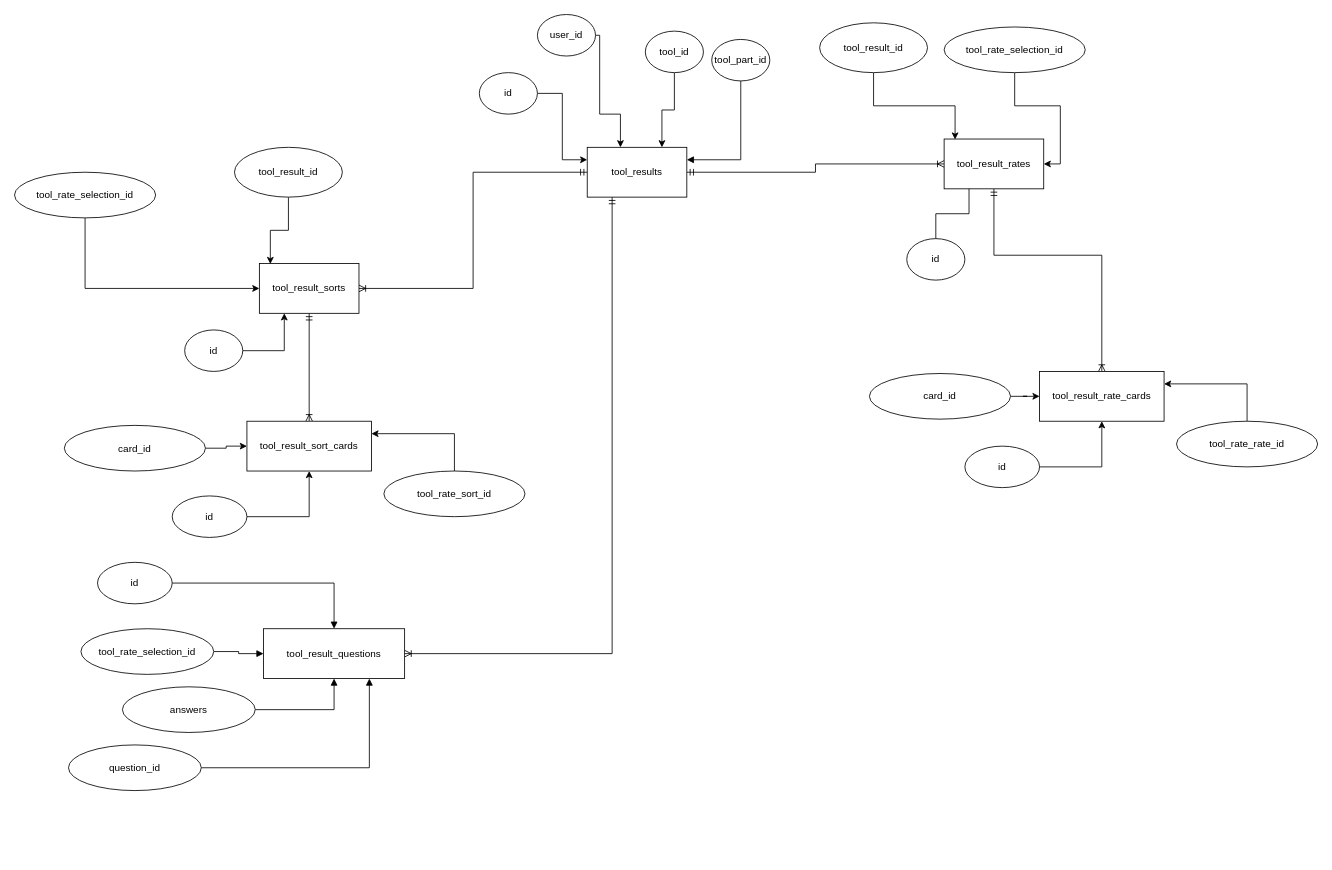
Before: Untitled Diagram.drawio in janpaulalmanoche/zz, a draw.io diagram. Source tidied: cells renumbered, new cells numbered last; positions are measured from the earlier drawing's top-left corner, leaving out a move shared by most shapes. Both pictures are drawn from the tidied source at 83%, with x=0, y=0 at pixel (14, 14).
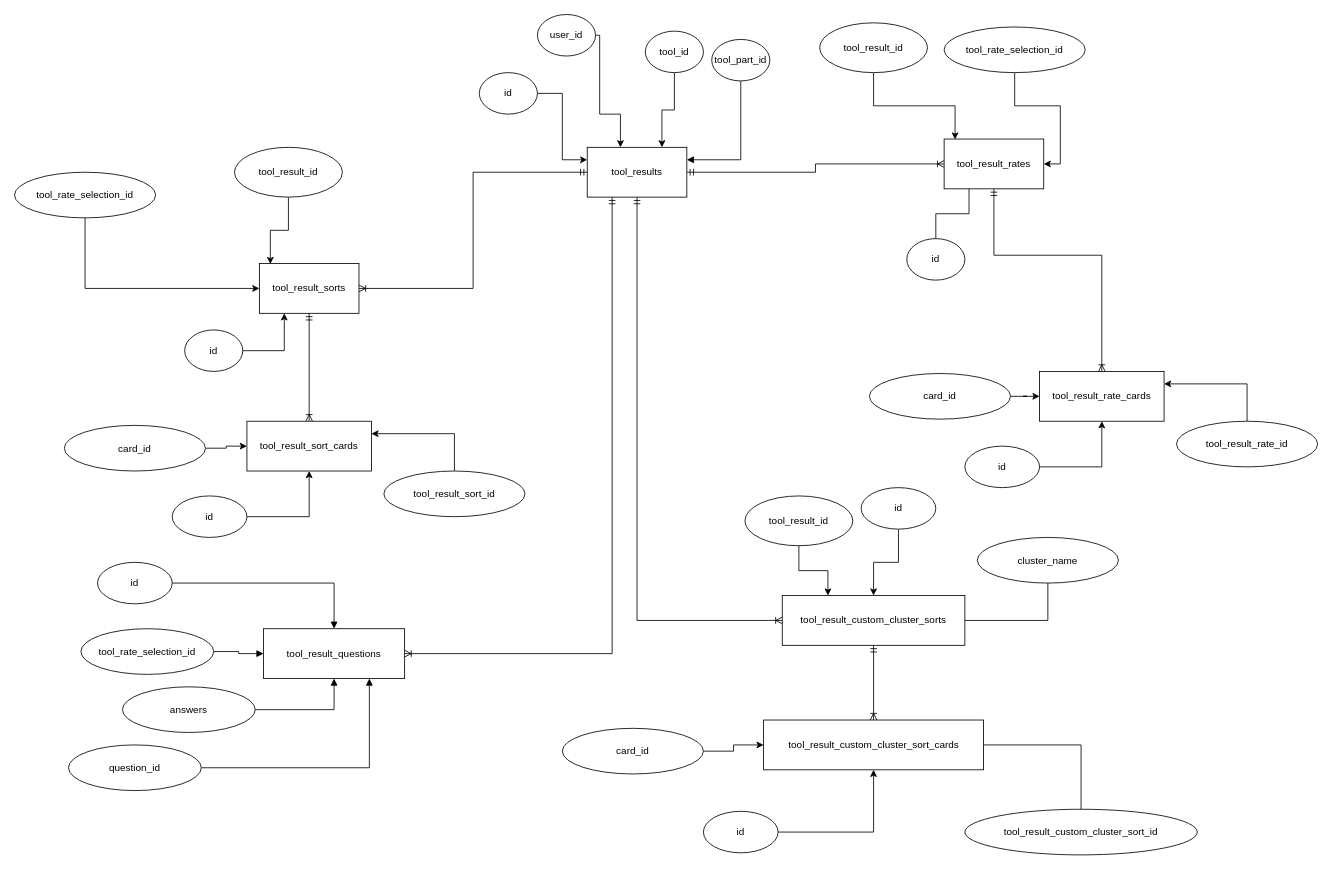
Above is the later version.

Unchanged cells that the change refers to:
```xml
<mxCell id="5" value="tool_results" style="rounded=0;whiteSpace=wrap;html=1;" parent="1" vertex="1">
  <mxGeometry x="690" y="160" width="120" height="60" as="geometry" />
</mxCell>
```

Diff of the diagram source:
```diff
@@
+    <mxCell id="53" style="edgeStyle=orthogonalEdgeStyle;rounded=0;jettySize=auto;html=1;exitX=0.5;exitY=1;exitDx=0;exitDy=0;entryX=0;entryY=0.5;entryDx=0;entryDy=0;startArrow=ERmandOne;startFill=0;endArrow=ERoneToMany;endFill=0;" parent="1" edge="1" source="5" target="56">
+      <mxGeometry relative="1" as="geometry" />
+    </mxCell>
@@
-    <mxCell id="24" value="tool_rate_rate_id" style="ellipse;whiteSpace=wrap;html=1;" parent="1" vertex="1">
+    <mxCell id="24" value="tool_result_rate_id" style="ellipse;whiteSpace=wrap;html=1;" parent="1" vertex="1">
       <mxGeometry x="1400" y="490" width="170" height="55" as="geometry" />
     </mxCell>
@@
-    <mxCell id="39" value="tool_rate_sort_id" style="ellipse;whiteSpace=wrap;html=1;" parent="1" vertex="1">
+    <mxCell id="39" value="tool_result_sort_id" style="ellipse;whiteSpace=wrap;html=1;" parent="1" vertex="1">
       <mxGeometry x="445" y="550" width="170" height="55" as="geometry" />
     </mxCell>
@@
+    <mxCell id="54" style="edgeStyle=orthogonalEdgeStyle;rounded=0;jettySize=auto;html=1;exitX=0.5;exitY=1;exitDx=0;exitDy=0;entryX=0.5;entryY=0;entryDx=0;entryDy=0;startArrow=ERmandOne;startFill=0;endArrow=ERoneToMany;endFill=0;" parent="1" edge="1" source="56" target="61">
+      <mxGeometry relative="1" as="geometry" />
+    </mxCell>
+    <mxCell id="55" style="edgeStyle=orthogonalEdgeStyle;rounded=0;jettySize=auto;html=1;exitX=1;exitY=0.5;exitDx=0;exitDy=0;startArrow=none;startFill=0;endArrow=none;endFill=0;" parent="1" edge="1" source="56" target="68">
+      <mxGeometry relative="1" as="geometry" />
+    </mxCell>
+    <mxCell id="56" value="tool_result_custom_cluster_sorts" style="rounded=0;whiteSpace=wrap;html=1;" parent="1" vertex="1">
+      <mxGeometry x="925" y="700" width="220" height="60" as="geometry" />
+    </mxCell>
+    <mxCell id="57" style="edgeStyle=orthogonalEdgeStyle;rounded=0;jettySize=auto;html=1;exitX=0.5;exitY=1;exitDx=0;exitDy=0;entryX=0.25;entryY=0;entryDx=0;entryDy=0;" parent="1" edge="1" source="58" target="56">
+      <mxGeometry relative="1" as="geometry" />
+    </mxCell>
+    <mxCell id="58" value="tool_result_id" style="ellipse;whiteSpace=wrap;html=1;" parent="1" vertex="1">
+      <mxGeometry x="880" y="580" width="130" height="60" as="geometry" />
+    </mxCell>
+    <mxCell id="59" style="edgeStyle=orthogonalEdgeStyle;rounded=0;jettySize=auto;html=1;exitX=0.5;exitY=1;exitDx=0;exitDy=0;" parent="1" edge="1" source="60" target="56">
+      <mxGeometry relative="1" as="geometry" />
+    </mxCell>
+    <mxCell id="60" value="id" style="ellipse;whiteSpace=wrap;html=1;" parent="1" vertex="1">
+      <mxGeometry x="1020" y="570" width="90" height="50" as="geometry" />
+    </mxCell>
+    <mxCell id="61" value="tool_result_custom_cluster_sort_cards" style="rounded=0;whiteSpace=wrap;html=1;" parent="1" vertex="1">
+      <mxGeometry x="902.5" y="850" width="265" height="60" as="geometry" />
+    </mxCell>
+    <mxCell id="62" style="edgeStyle=orthogonalEdgeStyle;rounded=0;jettySize=auto;html=1;exitX=1;exitY=0.5;exitDx=0;exitDy=0;" parent="1" edge="1" source="63" target="61">
+      <mxGeometry relative="1" as="geometry" />
+    </mxCell>
+    <mxCell id="63" value="id" style="ellipse;whiteSpace=wrap;html=1;" parent="1" vertex="1">
+      <mxGeometry x="830" y="960" width="90" height="50" as="geometry" />
+    </mxCell>
+    <mxCell id="64" style="edgeStyle=orthogonalEdgeStyle;rounded=0;jettySize=auto;html=1;exitX=1;exitY=0.5;exitDx=0;exitDy=0;" parent="1" edge="1" source="65" target="61">
+      <mxGeometry relative="1" as="geometry" />
+    </mxCell>
+    <mxCell id="65" value="card_id" style="ellipse;whiteSpace=wrap;html=1;" parent="1" vertex="1">
+      <mxGeometry x="660" y="860" width="170" height="55" as="geometry" />
+    </mxCell>
+    <mxCell id="66" style="edgeStyle=orthogonalEdgeStyle;rounded=0;jettySize=auto;html=1;exitX=0.5;exitY=0;exitDx=0;exitDy=0;entryX=1;entryY=0.5;entryDx=0;entryDy=0;startArrow=none;startFill=0;endArrow=none;endFill=0;" parent="1" edge="1" source="67" target="61">
+      <mxGeometry relative="1" as="geometry" />
+    </mxCell>
+    <mxCell id="67" value="tool_result_custom_cluster_sort_id" style="ellipse;whiteSpace=wrap;html=1;" parent="1" vertex="1">
+      <mxGeometry x="1145" y="957.5" width="280" height="55" as="geometry" />
+    </mxCell>
+    <mxCell id="68" value="cluster_name" style="ellipse;whiteSpace=wrap;html=1;" parent="1" vertex="1">
+      <mxGeometry x="1160" y="630" width="170" height="55" as="geometry" />
+    </mxCell>
```
